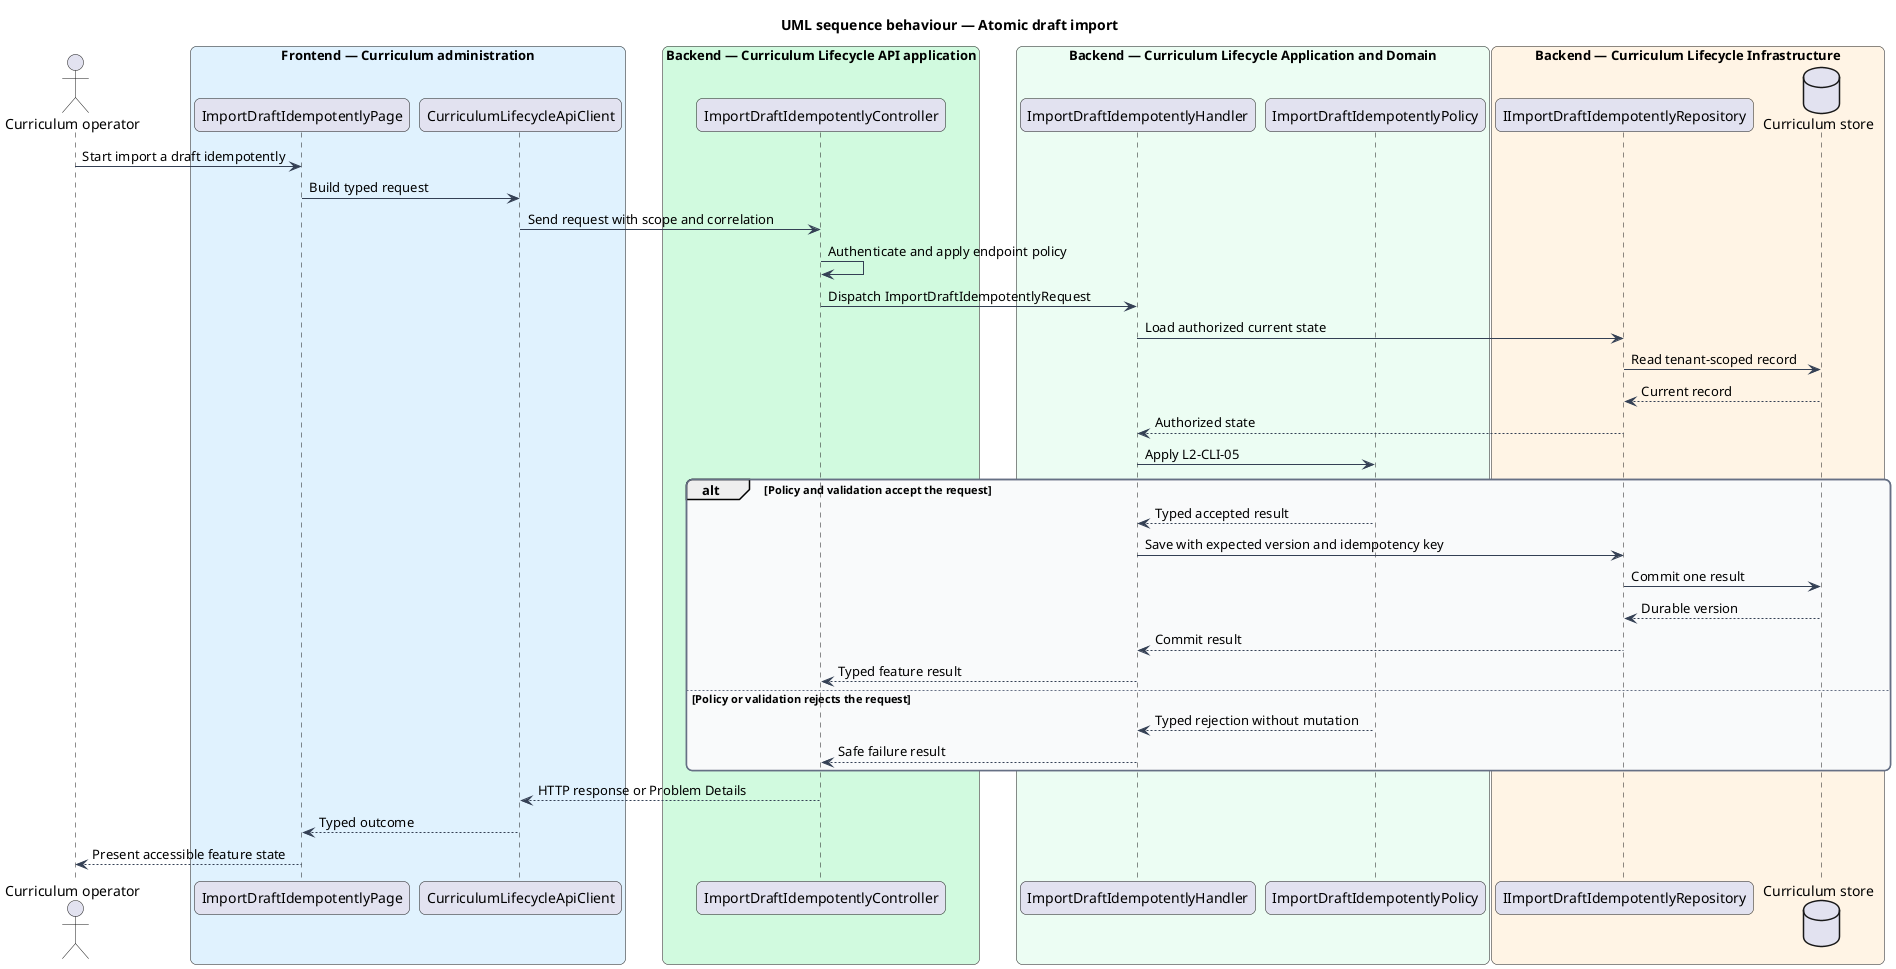
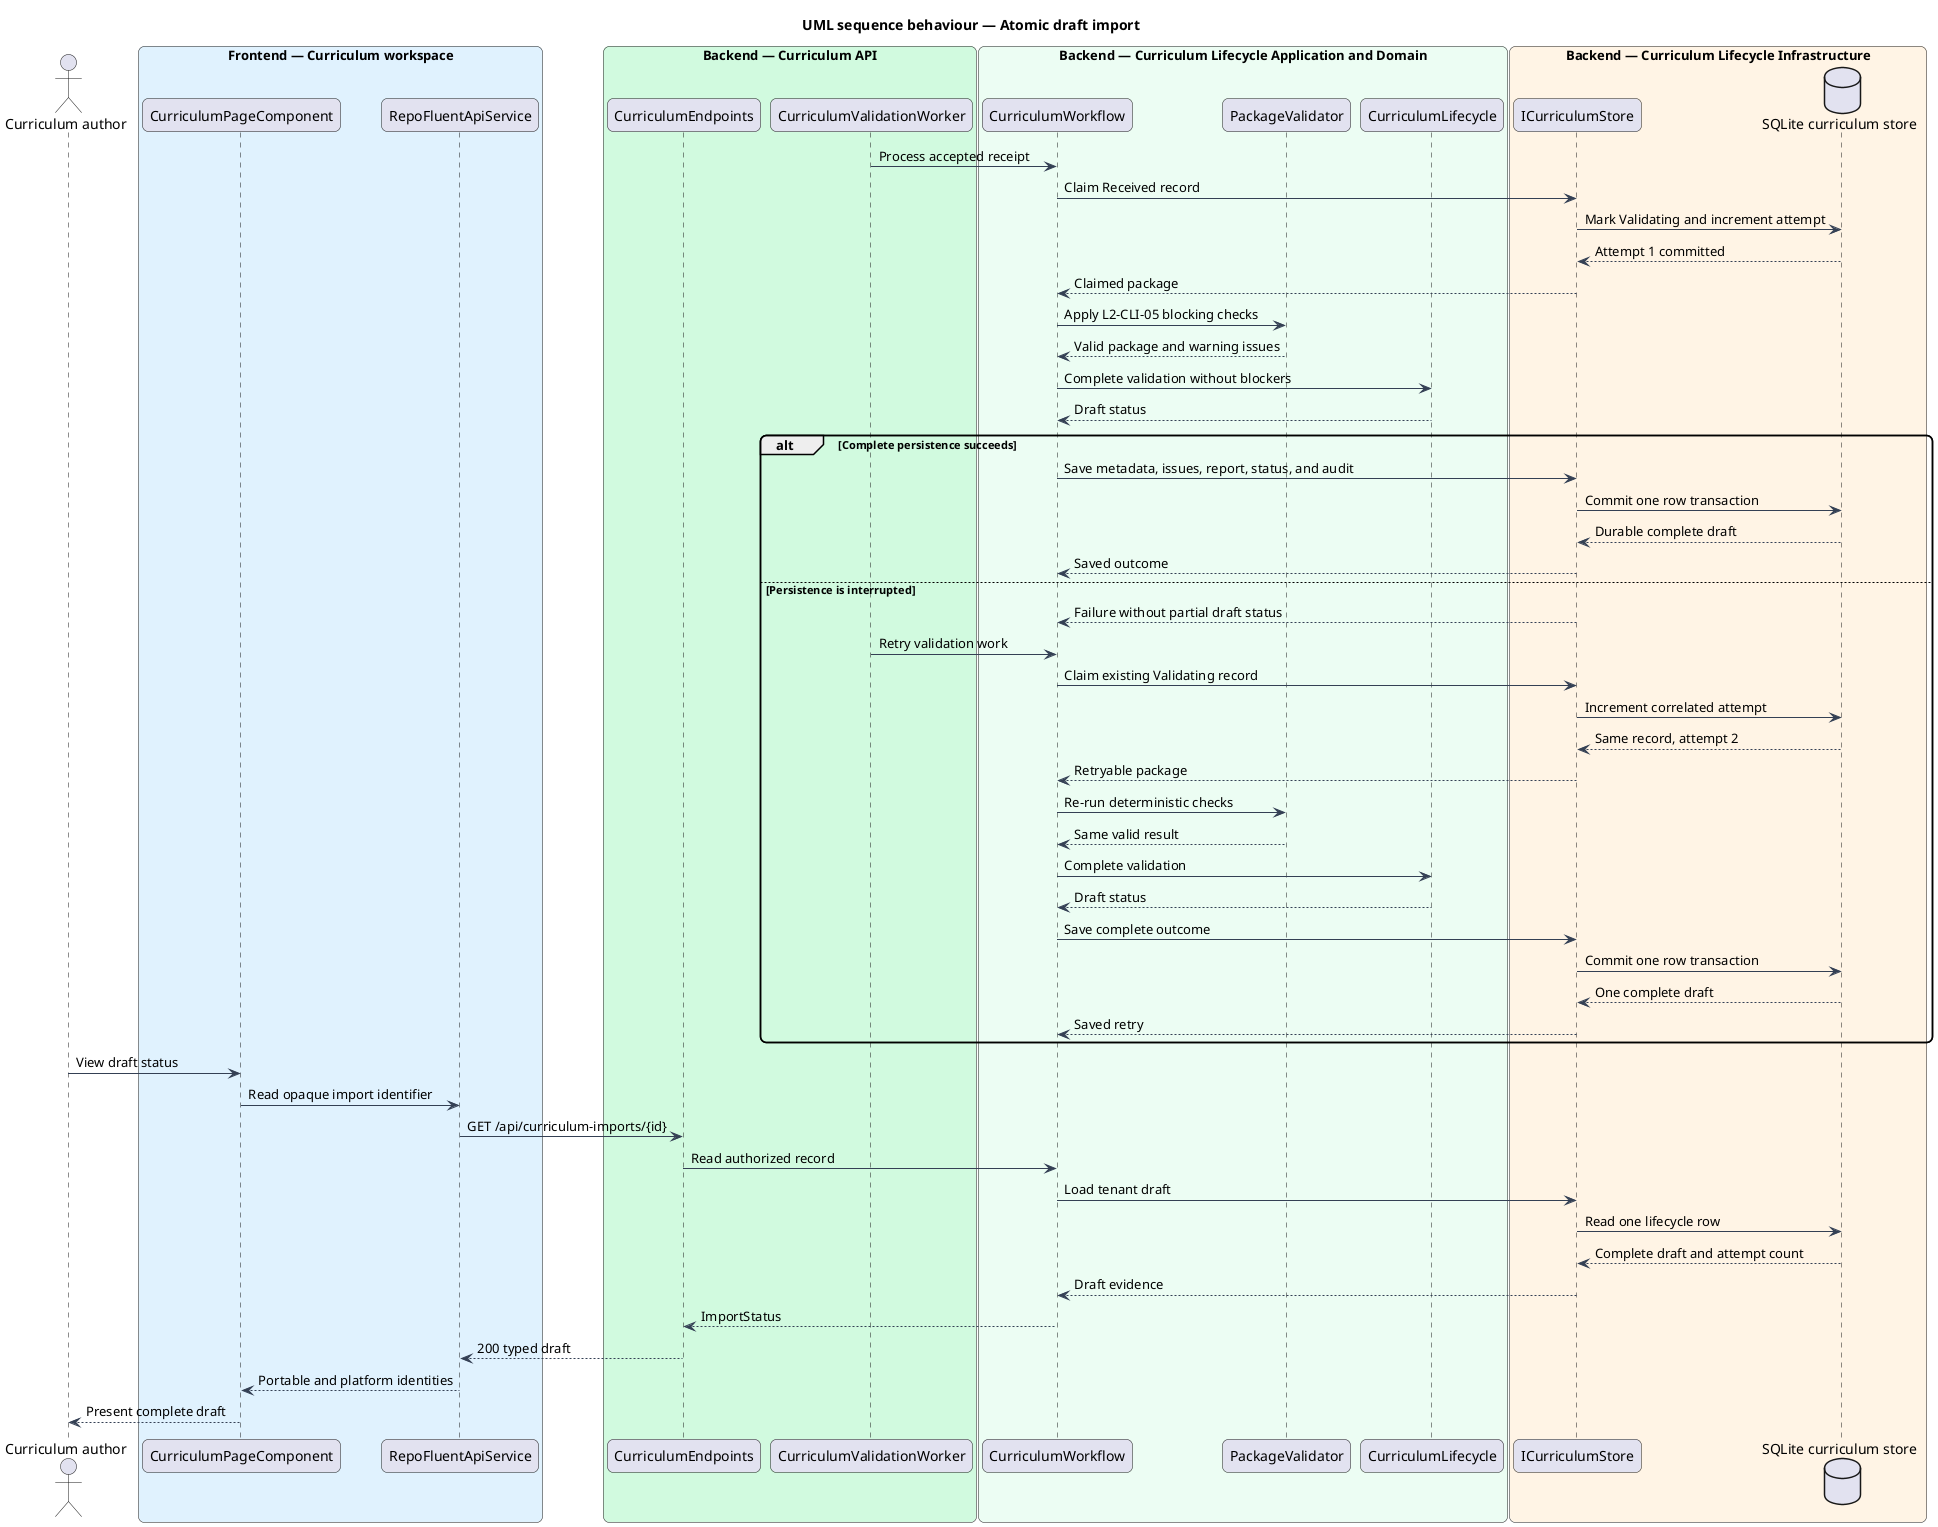
@startuml
title UML sequence behaviour — Atomic draft import
skinparam backgroundColor #FFFFFF
skinparam shadowing false
skinparam roundcorner 12
skinparam defaultFontName Arial
skinparam ArrowColor #344054
- skinparam rectangle {
-   BorderColor #344054
-   FontColor #101828
- }
- skinparam package {
-   BorderColor #667085
-   FontColor #101828
-   BackgroundColor #F9FAFB
- }
- actor "Curriculum operator" as actor
- box "Frontend — Curriculum administration" #E0F2FE
-   participant "ImportDraftIdempotentlyPage" as entry
-   participant "CurriculumLifecycleApiClient" as client
+ actor "Curriculum author" as author
+ box "Frontend — Curriculum workspace" #E0F2FE
+   participant "CurriculumPageComponent" as page
+   participant "RepoFluentApiService" as client
end box
- box "Backend — Curriculum Lifecycle API application" #D1FADF
-   participant "ImportDraftIdempotentlyController" as controller
+ box "Backend — Curriculum API" #D1FADF
+   participant "CurriculumEndpoints" as endpoints
+   participant "CurriculumValidationWorker" as worker
end box
box "Backend — Curriculum Lifecycle Application and Domain" #ECFDF3
-   participant "ImportDraftIdempotentlyHandler" as handler
-   participant "ImportDraftIdempotentlyPolicy" as policy
+   participant "CurriculumWorkflow" as workflow
+   participant "PackageValidator" as validator
+   participant "CurriculumLifecycle" as lifecycle
end box
box "Backend — Curriculum Lifecycle Infrastructure" #FFF4E5
-   participant "IImportDraftIdempotentlyRepository" as repository
-   database "Curriculum store" as store
+   participant "ICurriculumStore" as port
+   database "SQLite curriculum store" as store
end box
- actor -> entry : Start import a draft idempotently
- entry -> client : Build typed request
- client -> controller : Send request with scope and correlation
- controller -> controller : Authenticate and apply endpoint policy
- controller -> handler : Dispatch ImportDraftIdempotentlyRequest
- handler -> repository : Load authorized current state
- repository -> store : Read tenant-scoped record
- store --> repository : Current record
- repository --> handler : Authorized state
- handler -> policy : Apply L2-CLI-05
- alt Policy and validation accept the request
-   policy --> handler : Typed accepted result
-   handler -> repository : Save with expected version and idempotency key
-   repository -> store : Commit one result
-   store --> repository : Durable version
-   repository --> handler : Commit result
-   handler --> controller : Typed feature result
- else Policy or validation rejects the request
-   policy --> handler : Typed rejection without mutation
-   handler --> controller : Safe failure result
+ 
+ worker -> workflow : Process accepted receipt
+ workflow -> port : Claim Received record
+ port -> store : Mark Validating and increment attempt
+ store --> port : Attempt 1 committed
+ port --> workflow : Claimed package
+ workflow -> validator : Apply L2-CLI-05 blocking checks
+ validator --> workflow : Valid package and warning issues
+ workflow -> lifecycle : Complete validation without blockers
+ lifecycle --> workflow : Draft status
+ 
+ alt Complete persistence succeeds
+   workflow -> port : Save metadata, issues, report, status, and audit
+   port -> store : Commit one row transaction
+   store --> port : Durable complete draft
+   port --> workflow : Saved outcome
+ else Persistence is interrupted
+   port --> workflow : Failure without partial draft status
+   worker -> workflow : Retry validation work
+   workflow -> port : Claim existing Validating record
+   port -> store : Increment correlated attempt
+   store --> port : Same record, attempt 2
+   port --> workflow : Retryable package
+   workflow -> validator : Re-run deterministic checks
+   validator --> workflow : Same valid result
+   workflow -> lifecycle : Complete validation
+   lifecycle --> workflow : Draft status
+   workflow -> port : Save complete outcome
+   port -> store : Commit one row transaction
+   store --> port : One complete draft
+   port --> workflow : Saved retry
end
- controller --> client : HTTP response or Problem Details
- client --> entry : Typed outcome
- entry --> actor : Present accessible feature state
+ 
+ author -> page : View draft status
+ page -> client : Read opaque import identifier
+ client -> endpoints : GET /api/curriculum-imports/{id}
+ endpoints -> workflow : Read authorized record
+ workflow -> port : Load tenant draft
+ port -> store : Read one lifecycle row
+ store --> port : Complete draft and attempt count
+ port --> workflow : Draft evidence
+ workflow --> endpoints : ImportStatus
+ endpoints --> client : 200 typed draft
+ client --> page : Portable and platform identities
+ page --> author : Present complete draft
@enduml
